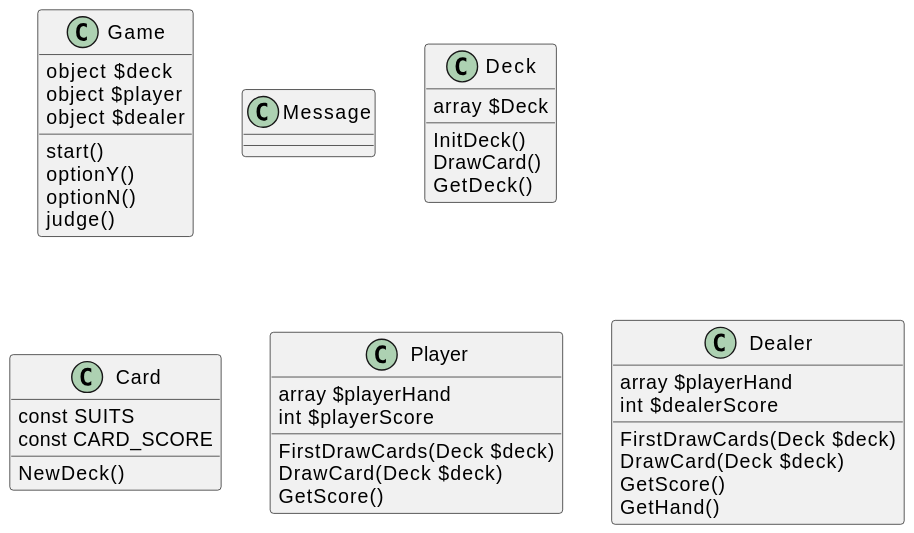
This is out/src/PlantUML/BlackJackClassCase/Blackjack.svg from RohanKid/BlackJack, a PlantUML export, as it was before one commit. The source it was exported from:
```plantuml
@startuml Blackjack
class Game {
  object $deck
  object $player
  object $dealer
  start()
  optionY()
  optionN()
  judge()
}
class Message {

}
class Deck {
  array $Deck
  InitDeck()
  DrawCard()
  GetDeck()

}
class Card {
  const SUITS
  const CARD_SCORE
  NewDeck()
}
class Player {
  array $playerHand
  int $playerScore
  FirstDrawCards(Deck $deck)
  DrawCard(Deck $deck)
  GetScore()

}
class Dealer {
  array $playerHand
  int $dealerScore
  FirstDrawCards(Deck $deck)
  DrawCard(Deck $deck)
  GetScore()
  GetHand()

}
@enduml
```
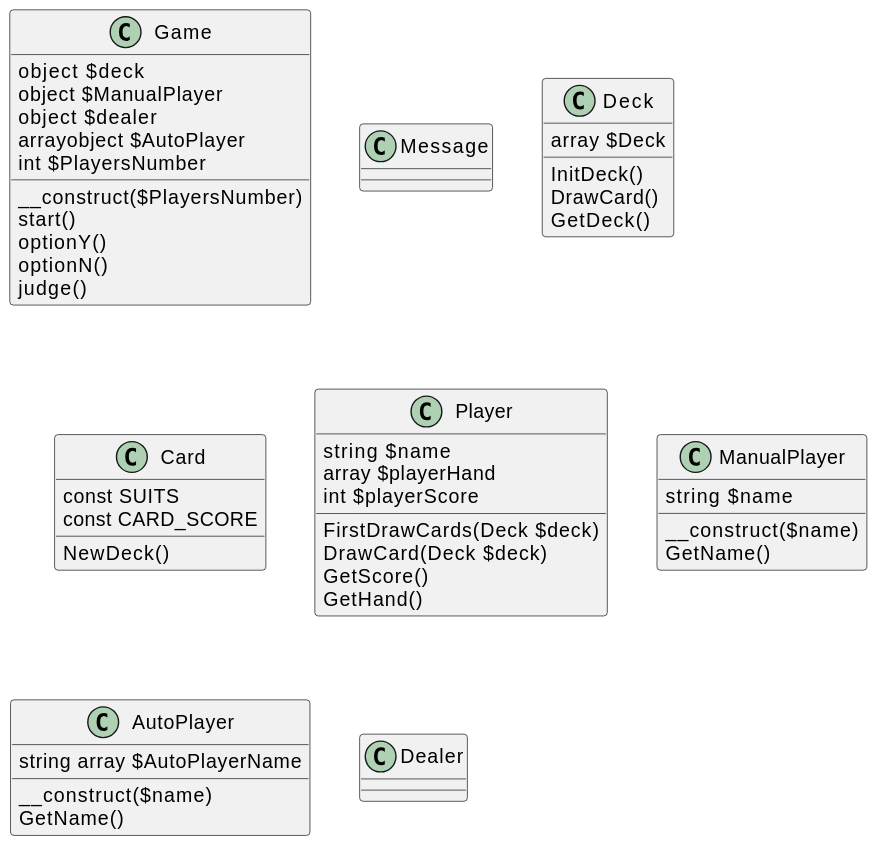
The same file after the commit.

Change to the diagram source:
```diff
@@ -1,8 +1,11 @@
 @startuml Blackjack
 class Game {
   object $deck
-  object $player
+  object $ManualPlayer
   object $dealer
+  arrayobject $AutoPlayer
+  int $PlayersNumber
+  __construct($PlayersNumber)
   start()
   optionY()
   optionN()
@@ -24,20 +27,27 @@
   NewDeck()
 }
 class Player {
+  string $name
   array $playerHand
   int $playerScore
-  FirstDrawCards(Deck $deck)
-  DrawCard(Deck $deck)
-  GetScore()
-
-}
-class Dealer {
-  array $playerHand
-  int $dealerScore
   FirstDrawCards(Deck $deck)
   DrawCard(Deck $deck)
   GetScore()
   GetHand()
 
 }
+class ManualPlayer {
+  string $name
+  __construct($name)
+  GetName()
+
+}
+class AutoPlayer {
+  string array $AutoPlayerName
+  __construct($name)
+  GetName()
+
+}
+class Dealer {
+}
 @enduml
```
